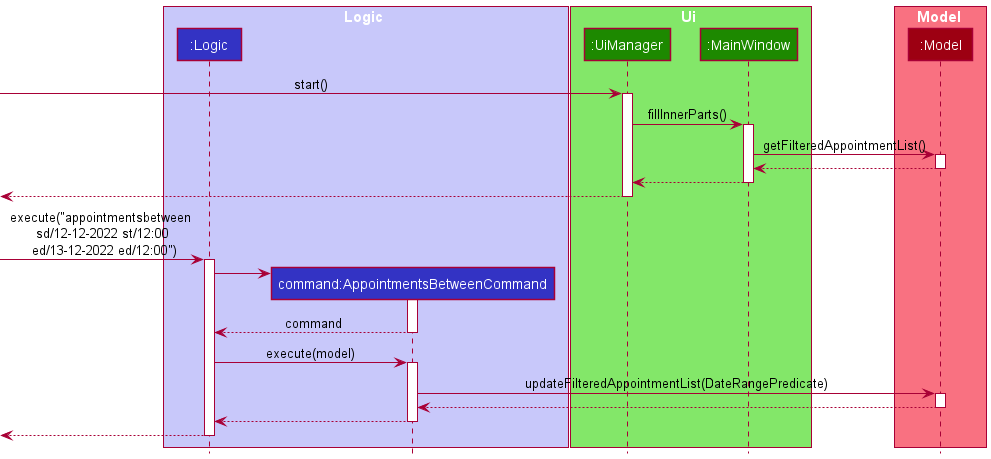
Earlier version of the PlantUML export docs/images/AppointmentFilterSequenceDiagram.png (nus-cs2103-AY2122S2/tp).
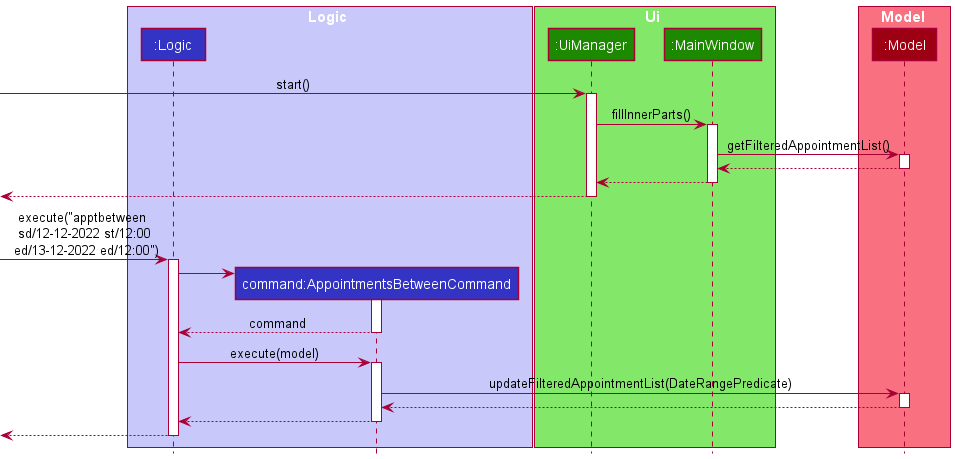
The same file after the commit.

The edit, as a diff of the source:
```diff
@@ -1,5 +1,5 @@
 @startuml
-!include style.puml
+!include ../style.puml
 
 box Logic LOGIC_COLOR_T1
 participant ":Logic" as Logic LOGIC_COLOR
@@ -28,7 +28,7 @@
 [<-- UiManager
 deactivate UiManager
 
-[-> Logic : execute("appointmentsbetween \n sd/12-12-2022 st/12:00 \n ed/13-12-2022 ed/12:00")
+[-> Logic : execute("apptbetween \n sd/12-12-2022 st/12:00 \n ed/13-12-2022 ed/12:00")
 activate Logic
 create Command
 Logic -> Command
```
